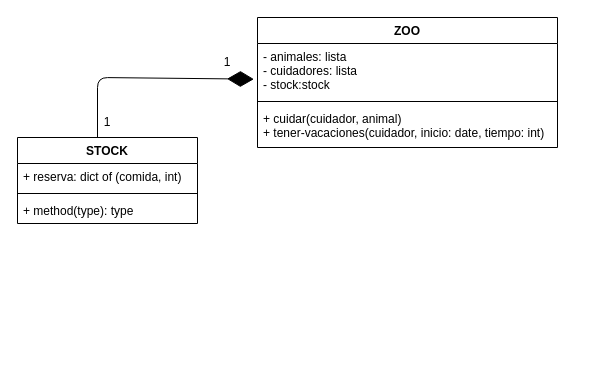
Earlier version of the draw.io diagram EJ6/ejercicio6.drawio (Trabajo-gruupal-empresa/Mediante-UML). Source tidied: cells renumbered, new cells numbered last; positions are measured from the earlier drawing's top-left corner, leaving out a move shared by most shapes. Both pictures are drawn from the tidied source at 100%, with x=0, y=0 at pixel (17, 17).
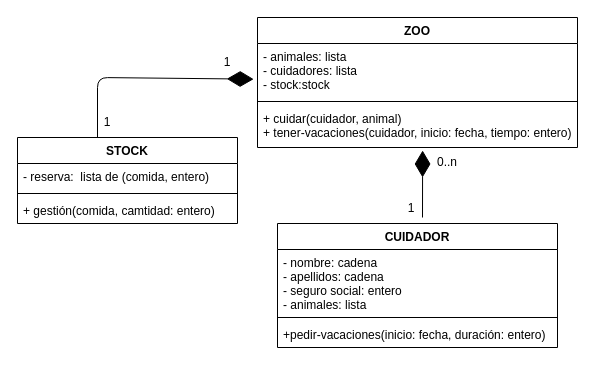
The same page after the edit.

Commit message:
clase cuidador

The edit, as a diff of the source:
```diff
@@
     <mxCell id="2" value="ZOO" style="swimlane;fontStyle=1;align=center;verticalAlign=top;horizontal=1;startSize=26;" parent="1" vertex="1">
-      <mxGeometry x="240" width="300" height="130" as="geometry" />
+      <mxGeometry x="240" width="320" height="130" as="geometry" />
     </mxCell>
     <mxCell id="3" value="- animales: lista&#10;- cuidadores: lista&#10;- stock:stock" style="text;strokeColor=none;fillColor=none;align=left;verticalAlign=top;spacingLeft=4;spacingRight=4;overflow=hidden;points=[[0,0.5],[1,0.5]];portConstraint=eastwest;" parent="2" vertex="1">
-      <mxGeometry y="26" width="300" height="54" as="geometry" />
+      <mxGeometry y="26" width="320" height="54" as="geometry" />
     </mxCell>
     <mxCell id="4" style="line;strokeWidth=1;fillColor=none;align=left;verticalAlign=middle;spacingTop=-1;spacingLeft=3;spacingRight=3;labelPosition=right;strokeColor=inherit;" parent="2" vertex="1">
-      <mxGeometry y="80" width="300" height="8" as="geometry" />
+      <mxGeometry y="80" width="320" height="8" as="geometry" />
     </mxCell>
-    <mxCell id="5" value="+ cuidar(cuidador, animal)&#10;+ tener-vacaciones(cuidador, inicio: date, tiempo: int)&#10;" style="text;strokeColor=none;fillColor=none;align=left;verticalAlign=top;spacingLeft=4;spacingRight=4;overflow=hidden;points=[[0,0.5],[1,0.5]];portConstraint=eastwest;" parent="2" vertex="1">
-      <mxGeometry y="88" width="300" height="42" as="geometry" />
+    <mxCell id="5" value="+ cuidar(cuidador, animal)&#10;+ tener-vacaciones(cuidador, inicio: fecha, tiempo: entero)&#10;" style="text;strokeColor=none;fillColor=none;align=left;verticalAlign=top;spacingLeft=4;spacingRight=4;overflow=hidden;points=[[0,0.5],[1,0.5]];portConstraint=eastwest;" parent="2" vertex="1">
+      <mxGeometry y="88" width="320" height="42" as="geometry" />
     </mxCell>
@@
     <mxCell id="7" value="STOCK" style="swimlane;fontStyle=1;align=center;verticalAlign=top;horizontal=1;startSize=26;" parent="1" vertex="1">
-      <mxGeometry y="120" width="180" height="86" as="geometry" />
+      <mxGeometry y="120" width="220" height="86" as="geometry" />
     </mxCell>
-    <mxCell id="8" value="+ reserva: dict of (comida, int)" style="text;strokeColor=none;fillColor=none;align=left;verticalAlign=top;spacingLeft=4;spacingRight=4;overflow=hidden;" parent="7" vertex="1">
-      <mxGeometry y="26" width="180" height="26" as="geometry" />
+    <mxCell id="8" value="- reserva:  lista de (comida, entero)" style="text;strokeColor=none;fillColor=none;align=left;verticalAlign=top;spacingLeft=4;spacingRight=4;overflow=hidden;" parent="7" vertex="1">
+      <mxGeometry y="26" width="220" height="26" as="geometry" />
     </mxCell>
     <mxCell id="9" style="line;strokeWidth=1;fillColor=none;align=left;verticalAlign=middle;spacingTop=-1;spacingLeft=3;spacingRight=3;labelPosition=right;strokeColor=inherit;" parent="7" vertex="1">
-      <mxGeometry y="52" width="180" height="8" as="geometry" />
+      <mxGeometry y="52" width="220" height="8" as="geometry" />
     </mxCell>
-    <mxCell id="10" value="+ method(type): type" style="text;strokeColor=none;fillColor=none;align=left;verticalAlign=top;spacingLeft=4;spacingRight=4;overflow=hidden;" parent="7" vertex="1">
-      <mxGeometry y="60" width="180" height="26" as="geometry" />
+    <mxCell id="10" value="+ gestión(comida, camtidad: entero)" style="text;strokeColor=none;fillColor=none;align=left;verticalAlign=top;spacingLeft=4;spacingRight=4;overflow=hidden;" parent="7" vertex="1">
+      <mxGeometry y="60" width="220" height="26" as="geometry" />
     </mxCell>
@@
+    <mxCell id="13" value="CUIDADOR" style="swimlane;fontStyle=1;align=center;verticalAlign=top;horizontal=1;startSize=26;" parent="1" vertex="1">
+      <mxGeometry x="260" y="206" width="280" height="124" as="geometry" />
+    </mxCell>
+    <mxCell id="14" value="- nombre: cadena&#10;- apellidos: cadena&#10;- seguro social: entero&#10;- animales: lista" style="text;strokeColor=none;fillColor=none;align=left;verticalAlign=top;spacingLeft=4;spacingRight=4;overflow=hidden;" parent="13" vertex="1">
+      <mxGeometry y="26" width="280" height="64" as="geometry" />
+    </mxCell>
+    <mxCell id="15" style="line;strokeWidth=1;fillColor=none;align=left;verticalAlign=middle;spacingTop=-1;spacingLeft=3;spacingRight=3;labelPosition=right;strokeColor=inherit;" parent="13" vertex="1">
+      <mxGeometry y="90" width="280" height="8" as="geometry" />
+    </mxCell>
+    <mxCell id="16" value="+pedir-vacaciones(inicio: fecha, duración: entero)" style="text;strokeColor=none;fillColor=none;align=left;verticalAlign=top;spacingLeft=4;spacingRight=4;overflow=hidden;" parent="13" vertex="1">
+      <mxGeometry y="98" width="280" height="26" as="geometry" />
+    </mxCell>
+    <mxCell id="17" style="endArrow=diamondThin;endFill=1;endSize=24;html=1;entryX=0.516;entryY=1.071;entryDx=0;entryDy=0;entryPerimeter=0;" parent="1" edge="1" target="5">
+      <mxGeometry relative="1" as="geometry">
+        <mxPoint x="405" y="200" as="sourcePoint" />
+      </mxGeometry>
+    </mxCell>
+    <mxCell id="18" value="0..n" style="text;strokeColor=none;align=center;fillColor=none;html=1;verticalAlign=middle;whiteSpace=wrap;rounded=0;" parent="1" vertex="1">
+      <mxGeometry x="400" y="130" width="60" height="30" as="geometry" />
+    </mxCell>
+    <mxCell id="19" value="1" style="text;strokeColor=none;align=center;fillColor=none;html=1;verticalAlign=middle;whiteSpace=wrap;rounded=0;" parent="1" vertex="1">
+      <mxGeometry x="364" y="176" width="60" height="30" as="geometry" />
+    </mxCell>
```
